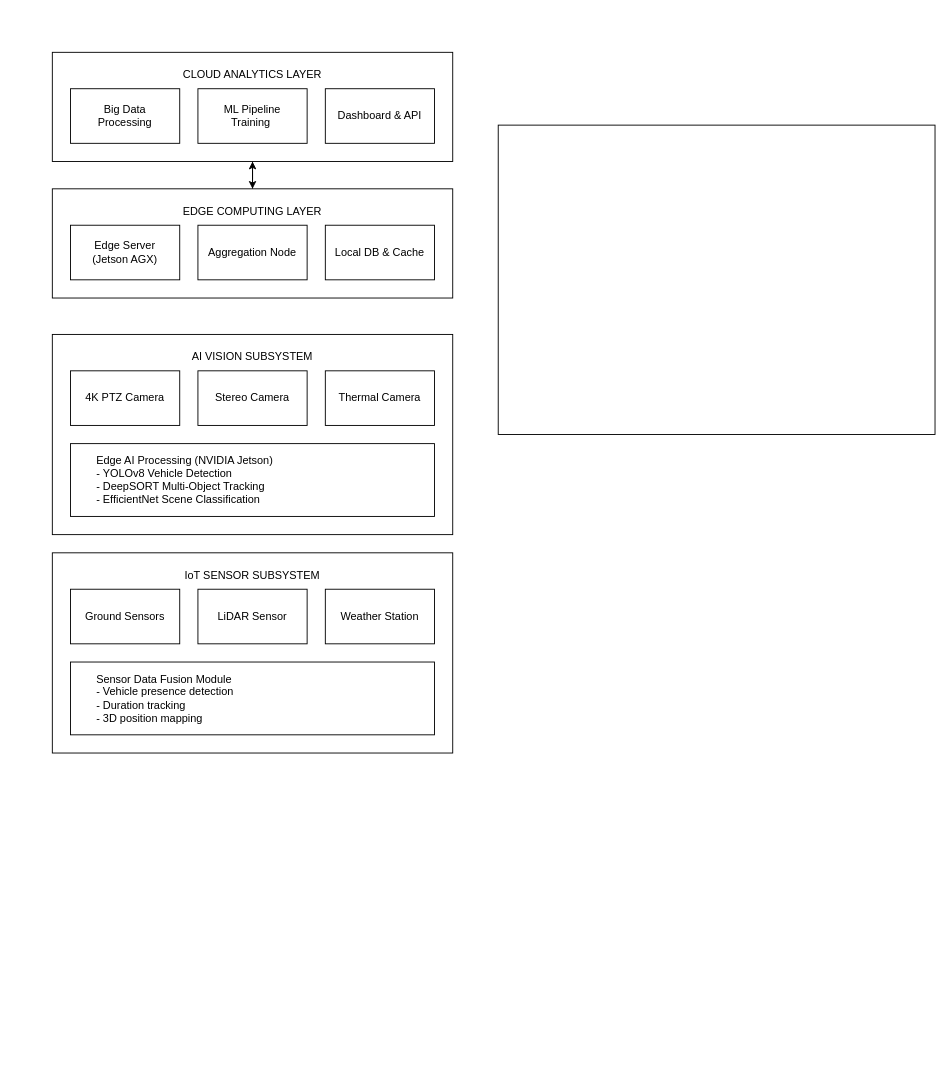
Before: So_do_tong_quan.drawio in HaojackYT/system-design-diagrams, a draw.io diagram. Source tidied: cells renumbered, new cells numbered last; positions are measured from the earlier drawing's top-left corner, leaving out a move shared by most shapes. Both pictures are drawn from the tidied source at 91%, with x=0, y=0 at pixel (52, 52).
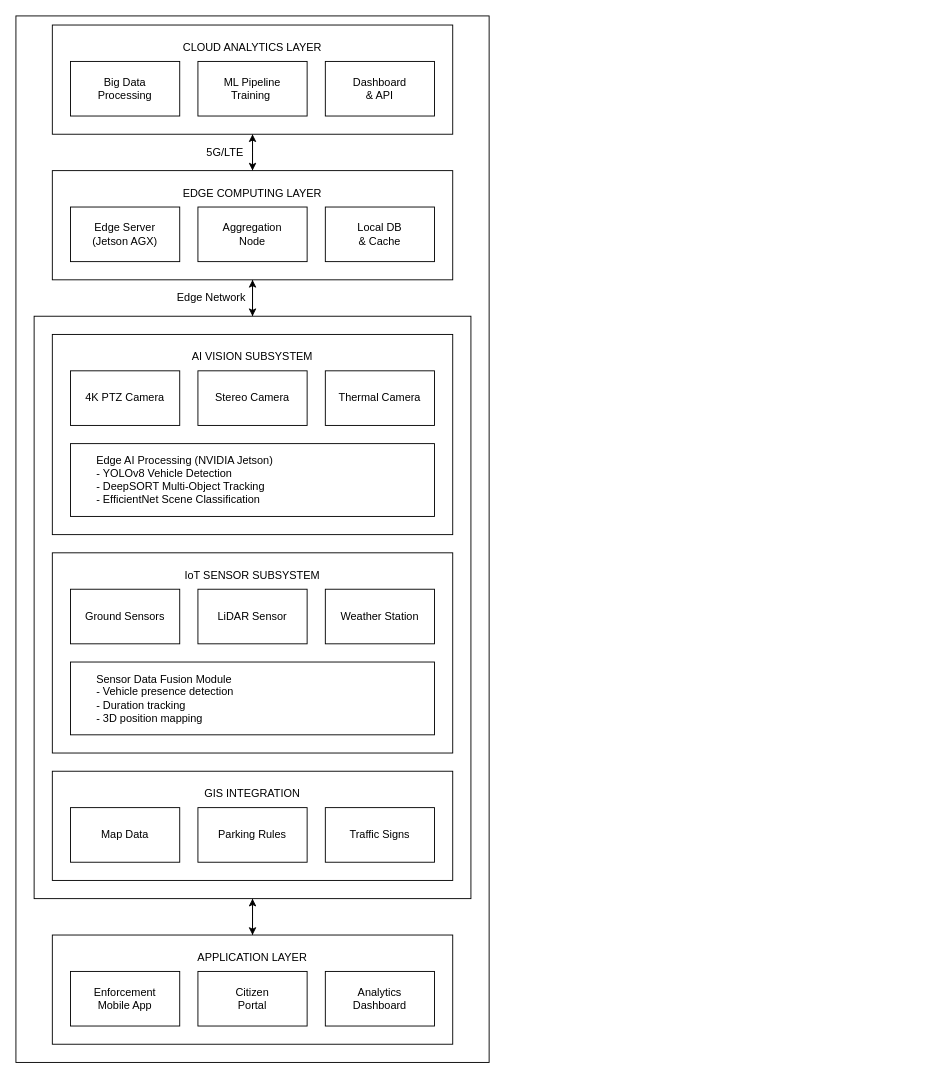
Above is the later version.

The edit, as a diff of the source:
```diff
@@
+    <mxCell id="27" style="rounded=0;whiteSpace=wrap;html=1;" parent="1" vertex="1">
+      <mxGeometry x="-40" y="-40" width="520" height="1150" as="geometry" />
+    </mxCell>
+    <mxCell id="28" style="edgeStyle=orthogonalEdgeStyle;rounded=0;jettySize=auto;html=1;" parent="1" edge="1" source="2">
+      <mxGeometry relative="1" as="geometry">
+        <mxPoint x="220" y="250" as="targetPoint" />
+      </mxGeometry>
+    </mxCell>
+    <mxCell id="29" style="edgeStyle=orthogonalEdgeStyle;rounded=0;jettySize=auto;html=1;entryX=0.5;entryY=0;entryDx=0;entryDy=0;" parent="1" edge="1" source="2" target="37">
+      <mxGeometry relative="1" as="geometry" />
+    </mxCell>
     <mxCell id="2" style="rounded=0;whiteSpace=wrap;html=1;" parent="1" vertex="1">
-      <mxGeometry x="490" y="80" width="480" height="340" as="geometry" />
+      <mxGeometry x="-20" y="290" width="480" height="640" as="geometry" />
     </mxCell>
-    <mxCell id="3" style="edgeStyle=orthogonalEdgeStyle;rounded=0;jettySize=auto;html=1;" parent="1" edge="1" source="4">
-      <mxGeometry relative="1" as="geometry">
-        <mxPoint x="220" y="150" as="targetPoint" />
-      </mxGeometry>
+    <mxCell id="3" style="edgeStyle=orthogonalEdgeStyle;rounded=0;jettySize=auto;html=1;entryX=0.5;entryY=0;entryDx=0;entryDy=0;" parent="1" edge="1" source="4" target="10">
+      <mxGeometry relative="1" as="geometry" />
     </mxCell>
     <mxCell id="4" style="rounded=0;whiteSpace=wrap;html=1;" parent="1" vertex="1">
-      <mxGeometry width="440" height="120" as="geometry" />
+      <mxGeometry y="-30" width="440" height="120" as="geometry" />
     </mxCell>
     <mxCell id="5" value="Big Data&lt;br&gt;Processing" style="rounded=0;whiteSpace=wrap;html=1;" parent="1" vertex="1">
-      <mxGeometry x="20" y="40" width="120" height="60" as="geometry" />
+      <mxGeometry x="20" y="10" width="120" height="60" as="geometry" />
     </mxCell>
     <mxCell id="6" value="ML Pipeline&lt;br&gt;Training&amp;nbsp;" style="rounded=0;whiteSpace=wrap;html=1;" parent="1" vertex="1">
-      <mxGeometry x="160" y="40" width="120" height="60" as="geometry" />
+      <mxGeometry x="160" y="10" width="120" height="60" as="geometry" />
     </mxCell>
-    <mxCell id="7" value="Dashboard &amp;amp; API" style="rounded=0;whiteSpace=wrap;html=1;" parent="1" vertex="1">
-      <mxGeometry x="300" y="40" width="120" height="60" as="geometry" />
+    <mxCell id="7" value="Dashboard&lt;div&gt;&amp;amp; API&lt;/div&gt;" style="rounded=0;whiteSpace=wrap;html=1;" parent="1" vertex="1">
+      <mxGeometry x="300" y="10" width="120" height="60" as="geometry" />
     </mxCell>
     <mxCell id="8" value="CLOUD ANALYTICS LAYER" style="text;html=1;whiteSpace=wrap;strokeColor=none;fillColor=none;align=center;verticalAlign=middle;rounded=0;" parent="1" vertex="1">
-      <mxGeometry x="140" y="10" width="160" height="30" as="geometry" />
+      <mxGeometry x="140" y="-20" width="160" height="30" as="geometry" />
     </mxCell>
     <mxCell id="9" style="edgeStyle=orthogonalEdgeStyle;rounded=0;jettySize=auto;html=1;entryX=0.5;entryY=1;entryDx=0;entryDy=0;" parent="1" edge="1" source="10" target="4">
-      <mxGeometry relative="1" as="geometry" />
+      <mxGeometry relative="1" as="geometry">
+        <Array as="points">
+          <mxPoint x="220" y="110" />
+          <mxPoint x="220" y="110" />
+        </Array>
+      </mxGeometry>
     </mxCell>
+    <mxCell id="30" style="edgeStyle=orthogonalEdgeStyle;rounded=0;jettySize=auto;html=1;entryX=0.5;entryY=0;entryDx=0;entryDy=0;" parent="1" edge="1" source="10" target="2">
+      <mxGeometry relative="1" as="geometry" />
+    </mxCell>
     <mxCell id="10" style="rounded=0;whiteSpace=wrap;html=1;" parent="1" vertex="1">
-      <mxGeometry y="150" width="440" height="120" as="geometry" />
+      <mxGeometry y="130" width="440" height="120" as="geometry" />
     </mxCell>
     <mxCell id="11" value="&lt;div&gt;Edge Server&lt;/div&gt;&lt;div&gt;(Jetson AGX)&lt;/div&gt;" style="rounded=0;whiteSpace=wrap;html=1;" parent="1" vertex="1">
-      <mxGeometry x="20" y="190" width="120" height="60" as="geometry" />
+      <mxGeometry x="20" y="170" width="120" height="60" as="geometry" />
     </mxCell>
-    <mxCell id="12" value="Aggregation Node" style="rounded=0;whiteSpace=wrap;html=1;" parent="1" vertex="1">
-      <mxGeometry x="160" y="190" width="120" height="60" as="geometry" />
+    <mxCell id="12" value="Aggregation&lt;div&gt;Node&lt;/div&gt;" style="rounded=0;whiteSpace=wrap;html=1;" parent="1" vertex="1">
+      <mxGeometry x="160" y="170" width="120" height="60" as="geometry" />
     </mxCell>
-    <mxCell id="13" value="Local DB &amp;amp; Cache" style="rounded=0;whiteSpace=wrap;html=1;" parent="1" vertex="1">
-      <mxGeometry x="300" y="190" width="120" height="60" as="geometry" />
+    <mxCell id="13" value="Local DB&lt;div&gt;&amp;amp; Cache&lt;/div&gt;" style="rounded=0;whiteSpace=wrap;html=1;" parent="1" vertex="1">
+      <mxGeometry x="300" y="170" width="120" height="60" as="geometry" />
     </mxCell>
     <mxCell id="14" value="EDGE COMPUTING LAYER" style="text;html=1;whiteSpace=wrap;strokeColor=none;fillColor=none;align=center;verticalAlign=middle;rounded=0;" parent="1" vertex="1">
-      <mxGeometry x="140" y="160" width="160" height="30" as="geometry" />
+      <mxGeometry x="140" y="140" width="160" height="30" as="geometry" />
     </mxCell>
@@
+    <mxCell id="31" style="rounded=0;whiteSpace=wrap;html=1;" parent="1" vertex="1">
+      <mxGeometry y="790" width="440" height="120" as="geometry" />
+    </mxCell>
+    <mxCell id="32" value="Map Data" style="rounded=0;whiteSpace=wrap;html=1;" parent="1" vertex="1">
+      <mxGeometry x="20" y="830" width="120" height="60" as="geometry" />
+    </mxCell>
+    <mxCell id="33" value="Parking Rules" style="rounded=0;whiteSpace=wrap;html=1;" parent="1" vertex="1">
+      <mxGeometry x="160" y="830" width="120" height="60" as="geometry" />
+    </mxCell>
+    <mxCell id="34" value="Traffic Signs" style="rounded=0;whiteSpace=wrap;html=1;" parent="1" vertex="1">
+      <mxGeometry x="300" y="830" width="120" height="60" as="geometry" />
+    </mxCell>
+    <mxCell id="35" value="GIS INTEGRATION" style="text;html=1;whiteSpace=wrap;strokeColor=none;fillColor=none;align=center;verticalAlign=middle;rounded=0;" parent="1" vertex="1">
+      <mxGeometry x="140" y="800" width="160" height="30" as="geometry" />
+    </mxCell>
+    <mxCell id="36" style="edgeStyle=orthogonalEdgeStyle;rounded=0;jettySize=auto;html=1;" parent="1" edge="1" source="37">
+      <mxGeometry relative="1" as="geometry">
+        <mxPoint x="220" y="930" as="targetPoint" />
+      </mxGeometry>
+    </mxCell>
+    <mxCell id="37" style="rounded=0;whiteSpace=wrap;html=1;" parent="1" vertex="1">
+      <mxGeometry y="970" width="440" height="120" as="geometry" />
+    </mxCell>
+    <mxCell id="38" value="Enforcement&lt;br&gt;Mobile App" style="rounded=0;whiteSpace=wrap;html=1;" parent="1" vertex="1">
+      <mxGeometry x="20" y="1010" width="120" height="60" as="geometry" />
+    </mxCell>
+    <mxCell id="39" value="Citizen&lt;br&gt;Portal" style="rounded=0;whiteSpace=wrap;html=1;" parent="1" vertex="1">
+      <mxGeometry x="160" y="1010" width="120" height="60" as="geometry" />
+    </mxCell>
+    <mxCell id="40" value="Analytics&lt;br&gt;Dashboard" style="rounded=0;whiteSpace=wrap;html=1;" parent="1" vertex="1">
+      <mxGeometry x="300" y="1010" width="120" height="60" as="geometry" />
+    </mxCell>
+    <mxCell id="41" value="APPLICATION LAYER" style="text;html=1;whiteSpace=wrap;strokeColor=none;fillColor=none;align=center;verticalAlign=middle;rounded=0;" parent="1" vertex="1">
+      <mxGeometry x="140" y="980" width="160" height="30" as="geometry" />
+    </mxCell>
+    <mxCell id="42" value="Edge Network" style="text;html=1;whiteSpace=wrap;strokeColor=none;fillColor=none;align=center;verticalAlign=middle;rounded=0;" parent="1" vertex="1">
+      <mxGeometry x="130" y="250" width="90" height="40" as="geometry" />
+    </mxCell>
+    <mxCell id="43" value="5G/LTE" style="text;html=1;whiteSpace=wrap;strokeColor=none;fillColor=none;align=center;verticalAlign=middle;rounded=0;" parent="1" vertex="1">
+      <mxGeometry x="160" y="90" width="60" height="40" as="geometry" />
+    </mxCell>
```
